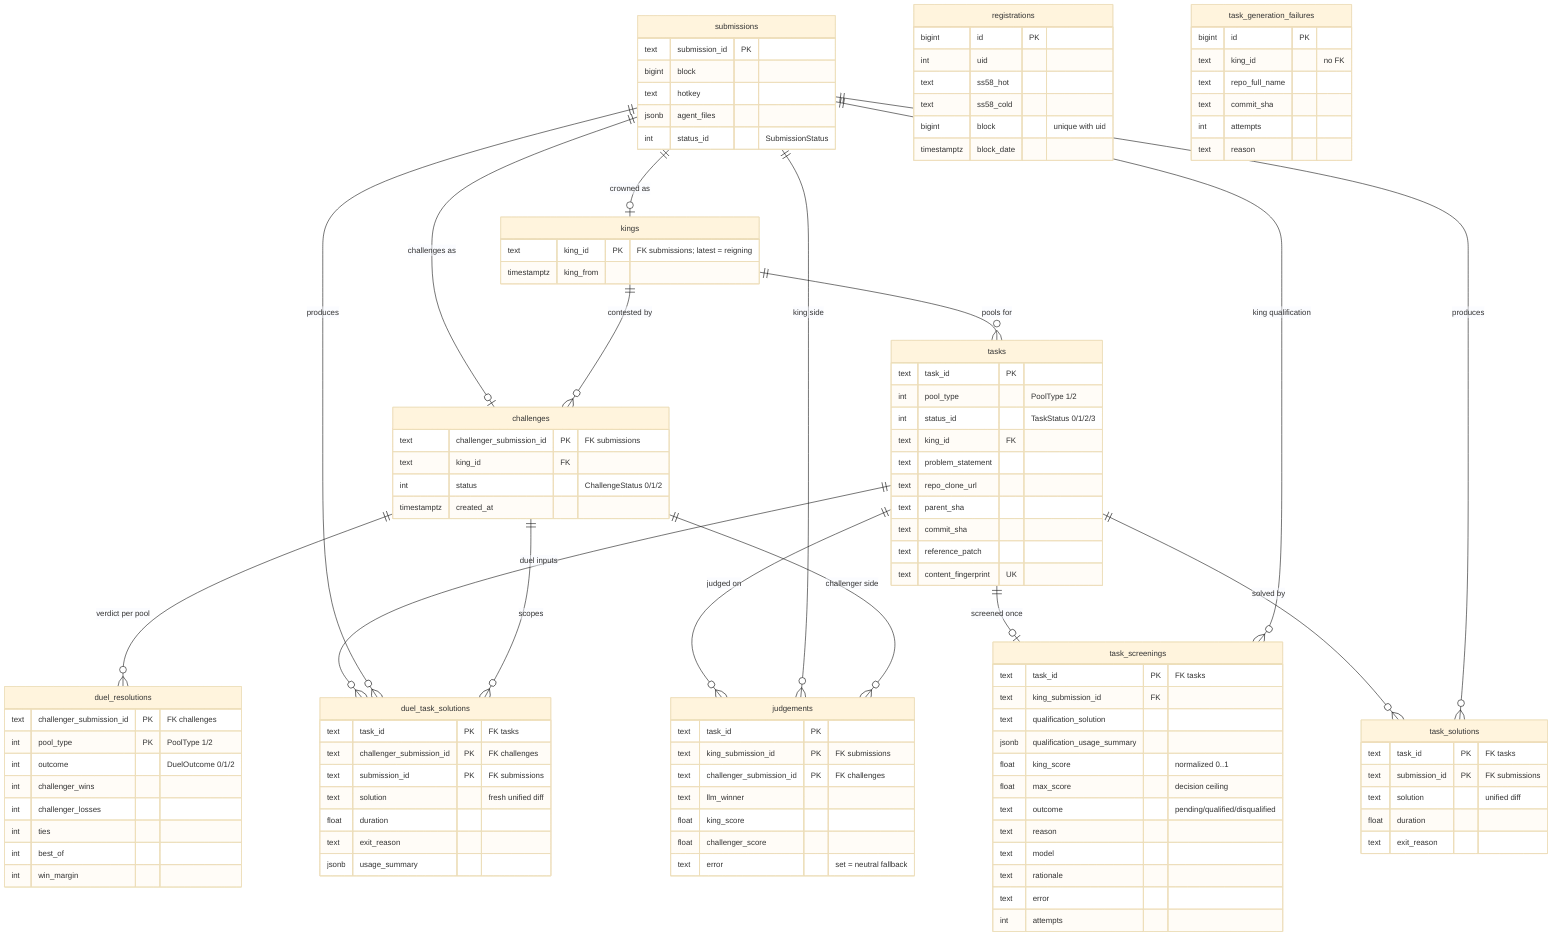
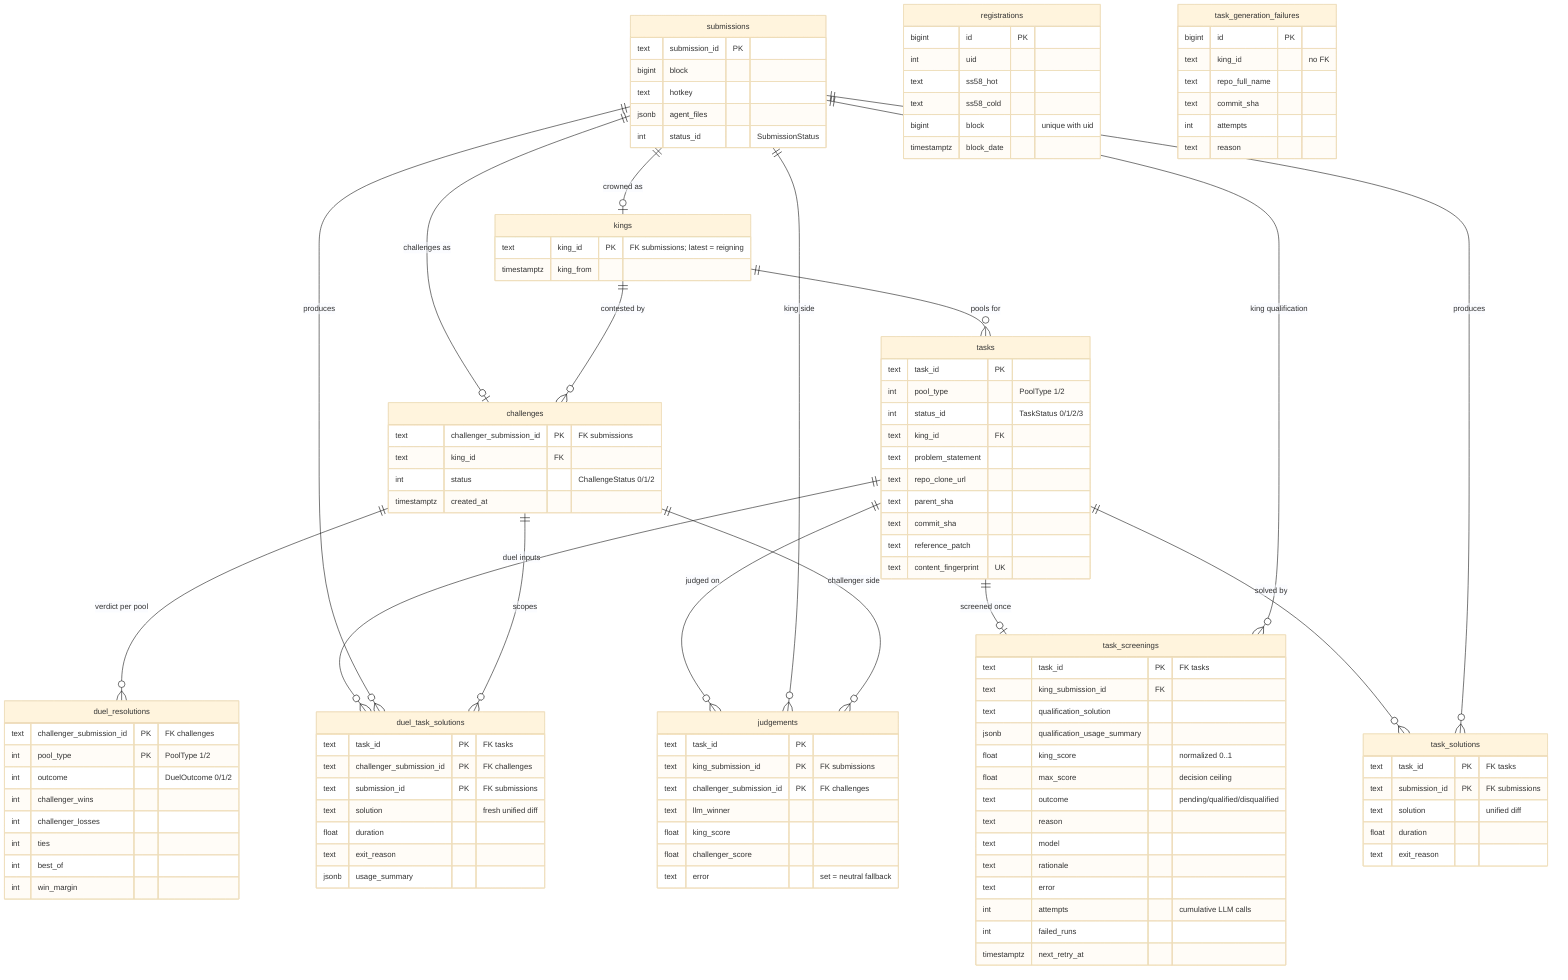
%%{init: {"theme": "base", "themeVariables": {"fontSize": "14px"}}}%%
erDiagram
    submissions ||--o| kings : "crowned as"
    submissions ||--o| challenges : "challenges as"
    kings ||--o{ challenges : "contested by"
    kings ||--o{ tasks : "pools for"
    challenges ||--o{ duel_resolutions : "verdict per pool"
    tasks ||--o| task_screenings : "screened once"
    submissions ||--o{ task_screenings : "king qualification"
    tasks ||--o{ task_solutions : "solved by"
    submissions ||--o{ task_solutions : "produces"
    tasks ||--o{ duel_task_solutions : "duel inputs"
    submissions ||--o{ duel_task_solutions : "produces"
    challenges ||--o{ duel_task_solutions : "scopes"
    tasks ||--o{ judgements : "judged on"
    submissions ||--o{ judgements : "king side"
    challenges ||--o{ judgements : "challenger side"

    submissions {
        text submission_id PK
        bigint block
        text hotkey
        jsonb agent_files
        int status_id "SubmissionStatus"
    }
    kings {
        text king_id PK "FK submissions; latest = reigning"
        timestamptz king_from
    }
    challenges {
        text challenger_submission_id PK "FK submissions"
        text king_id FK
        int status "ChallengeStatus 0/1/2"
        timestamptz created_at
    }
    duel_resolutions {
        text challenger_submission_id PK "FK challenges"
        int pool_type PK "PoolType 1/2"
        int outcome "DuelOutcome 0/1/2"
        int challenger_wins
        int challenger_losses
        int ties
        int best_of
        int win_margin
    }
    tasks {
        text task_id PK
        int pool_type "PoolType 1/2"
        int status_id "TaskStatus 0/1/2/3"
        text king_id FK
        text problem_statement
        text repo_clone_url
        text parent_sha
        text commit_sha
        text reference_patch
        text content_fingerprint UK
    }
    task_screenings {
        text task_id PK "FK tasks"
        text king_submission_id FK
        text qualification_solution
        jsonb qualification_usage_summary
        float king_score "normalized 0..1"
        float max_score "decision ceiling"
        text outcome "pending/qualified/disqualified"
        text reason
        text model
        text rationale
        text error
-         int attempts
+         int attempts "cumulative LLM calls"
+         int failed_runs
+         timestamptz next_retry_at
    }
    task_solutions {
        text task_id PK "FK tasks"
        text submission_id PK "FK submissions"
        text solution "unified diff"
        float duration
        text exit_reason
    }
    duel_task_solutions {
        text task_id PK "FK tasks"
        text challenger_submission_id PK "FK challenges"
        text submission_id PK "FK submissions"
        text solution "fresh unified diff"
        float duration
        text exit_reason
        jsonb usage_summary
    }
    judgements {
        text task_id PK
        text king_submission_id PK "FK submissions"
        text challenger_submission_id PK "FK challenges"
        text llm_winner
        float king_score
        float challenger_score
        text error "set = neutral fallback"
    }
    registrations {
        bigint id PK
        int uid
        text ss58_hot
        text ss58_cold
        bigint block "unique with uid"
        timestamptz block_date
    }
    task_generation_failures {
        bigint id PK
        text king_id "no FK"
        text repo_full_name
        text commit_sha
        int attempts
        text reason
    }
